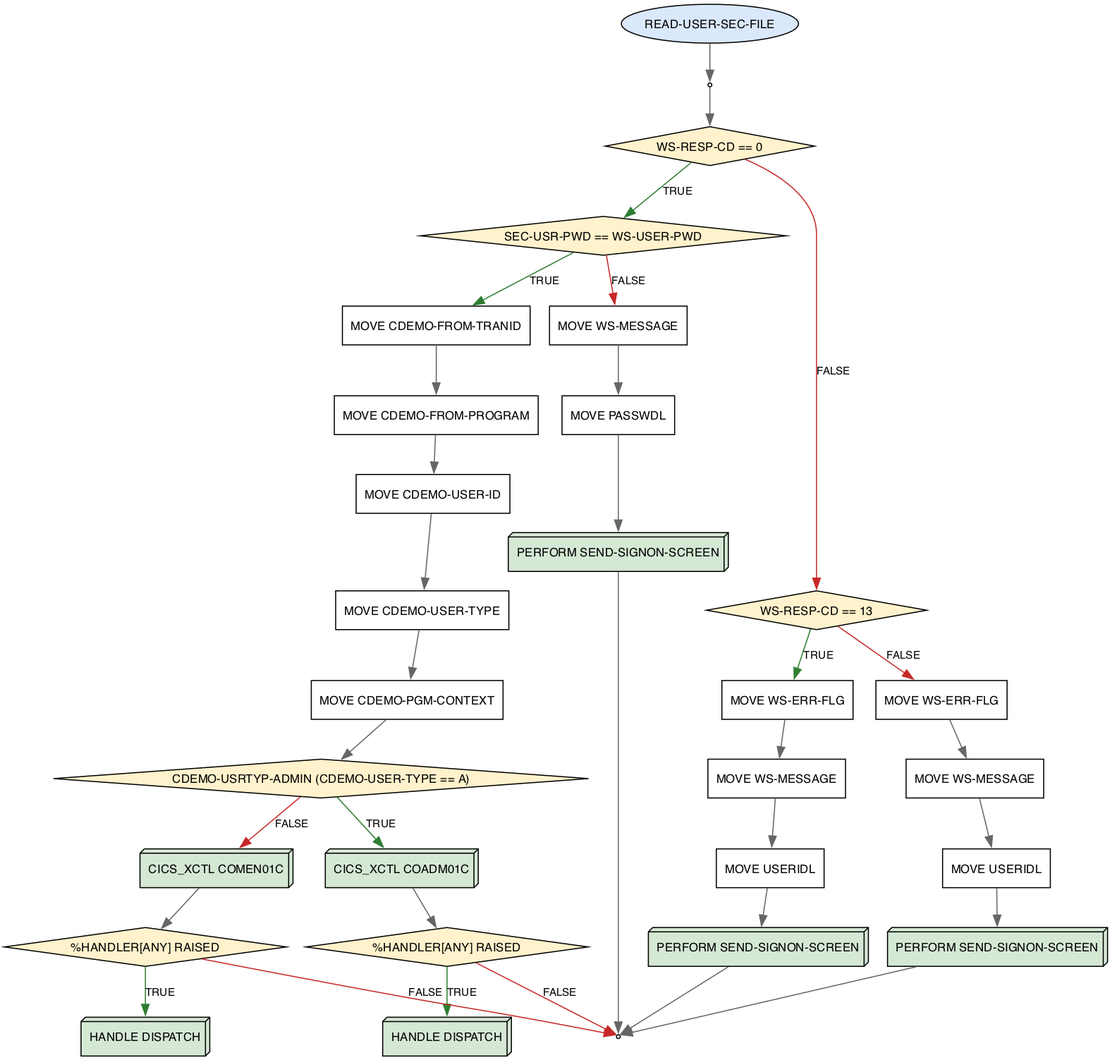
Before: docs/presentation/artifacts/srccfg/COSGN00C-READ-USER-SEC-FILE.png, a diagram exported from Graphviz (avishek-sen-gupta/red-dragon-forge). Its source is kept beside it as docs/presentation/artifacts/srccfg/COSGN00C-READ-USER-SEC-FILE.dot.
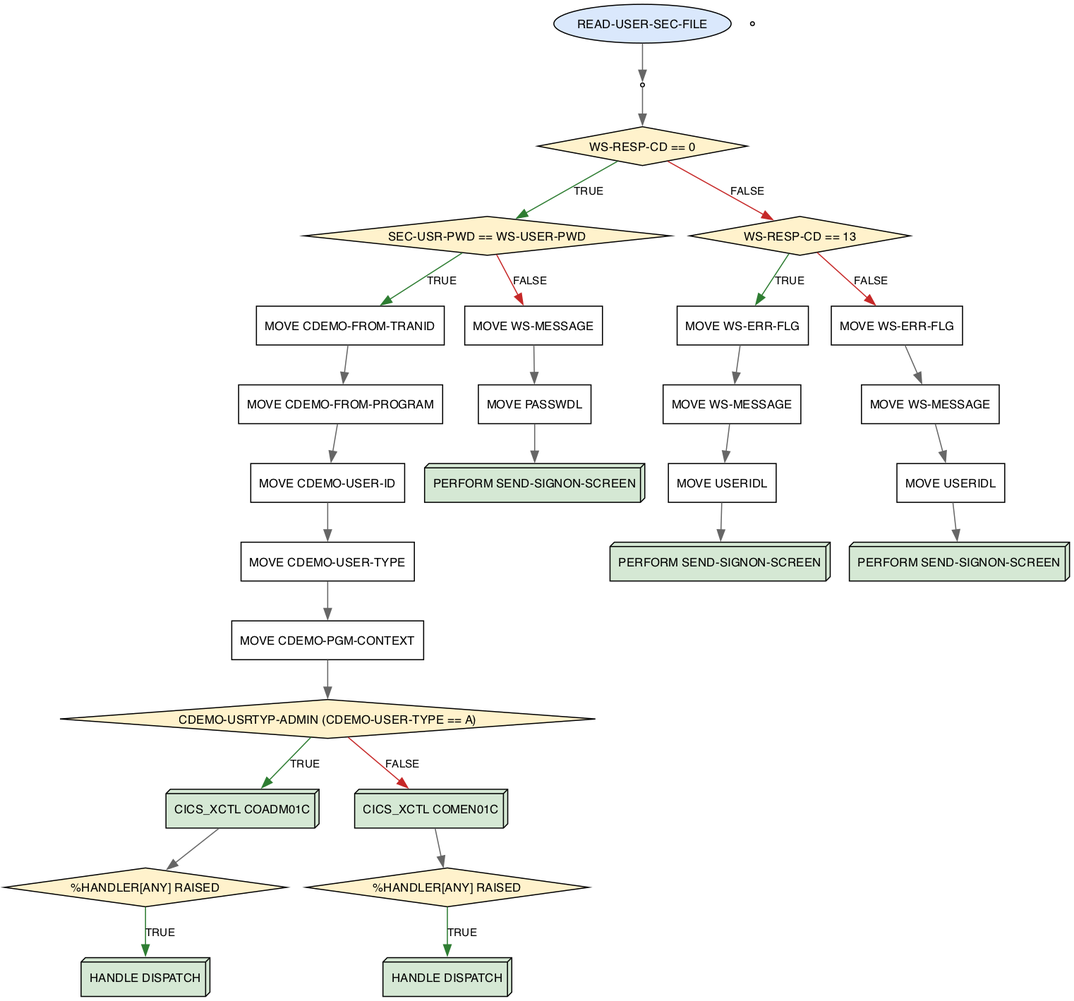
After the commit.

Change to the diagram source:
```diff
@@ -58,9 +58,4 @@
     "COSGN00C::READ-USER-SEC-FILE/1.when.1#test" -> "COSGN00C::READ-USER-SEC-FILE/1.when.2.0" [color="#c62828", label="FALSE"];
     "COSGN00C::READ-USER-SEC-FILE/0" -> "COSGN00C::READ-USER-SEC-FILE/1.when.0#test" [color="#666666"];
     "COSGN00C::READ-USER-SEC-FILE#label" -> "COSGN00C::READ-USER-SEC-FILE/0" [color="#666666"];
-    "COSGN00C::READ-USER-SEC-FILE/1.when.0.0.then.5.then.0#raise" -> "COSGN00C::READ-USER-SEC-FILE#end" [color="#c62828", label="FALSE"];
-    "COSGN00C::READ-USER-SEC-FILE/1.when.0.0.then.5.else.0#raise" -> "COSGN00C::READ-USER-SEC-FILE#end" [color="#c62828", label="FALSE"];
-    "COSGN00C::READ-USER-SEC-FILE/1.when.0.0.else.2" -> "COSGN00C::READ-USER-SEC-FILE#end" [color="#666666"];
-    "COSGN00C::READ-USER-SEC-FILE/1.when.1.3" -> "COSGN00C::READ-USER-SEC-FILE#end" [color="#666666"];
-    "COSGN00C::READ-USER-SEC-FILE/1.when.2.3" -> "COSGN00C::READ-USER-SEC-FILE#end" [color="#666666"];
 }
```
